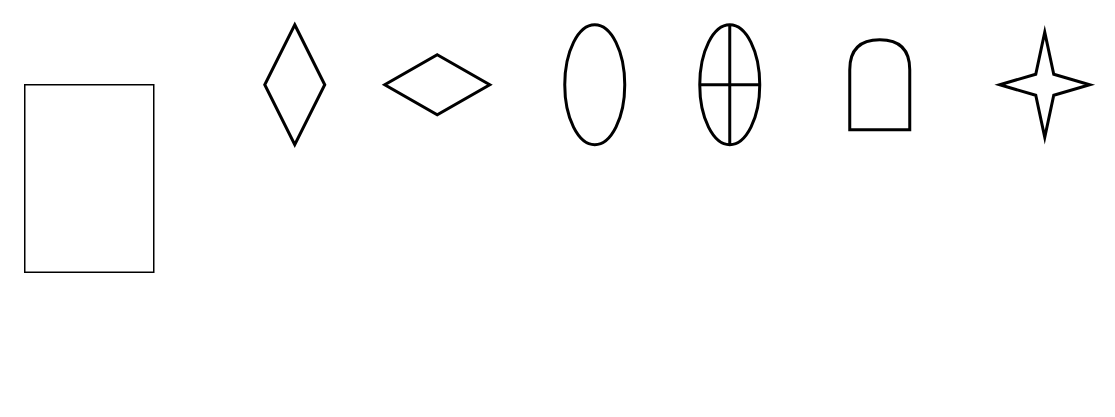
Above: icon-diagram.drawio in lauqerm/ygoboarder (draw.io), before the change. Source tidied: cells renumbered, new cells numbered last; positions are measured from the earlier drawing's top-left corner, leaving out a move shared by most shapes. Both pictures are drawn from the tidied source at 150%, with x=0, y=0 at pixel (24, 24).
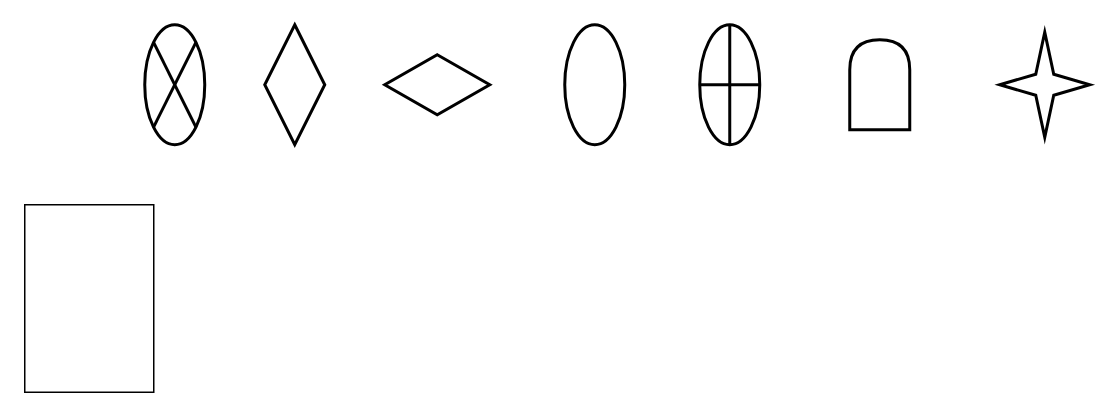
The same diagram, later.

Diff of the diagram source:
```diff
@@
 <mxGraphModel>
   <root>
     <mxCell id="0" />
     <mxCell id="1" parent="0" />
     <mxCell id="2" style="rounded=0;whiteSpace=wrap;html=1;" parent="1" vertex="1">
-      <mxGeometry y="40" width="86" height="125" as="geometry" />
+      <mxGeometry y="120" width="86" height="125" as="geometry" />
     </mxCell>
     <mxCell id="3" style="rhombus;whiteSpace=wrap;html=1;fillColor=none;strokeWidth=2;" parent="1" vertex="1">
       <mxGeometry x="160" width="40" height="80" as="geometry" />
     </mxCell>
     <mxCell id="4" style="rhombus;whiteSpace=wrap;html=1;fillColor=none;strokeWidth=2;" parent="1" vertex="1">
       <mxGeometry x="240" y="20" width="70" height="40" as="geometry" />
     </mxCell>
     <mxCell id="5" style="ellipse;whiteSpace=wrap;html=1;fillColor=none;strokeWidth=2;" parent="1" vertex="1">
       <mxGeometry x="360" width="40" height="80" as="geometry" />
     </mxCell>
     <mxCell id="6" style="shape=delay;whiteSpace=wrap;html=1;rotation=-90;fillColor=none;strokeWidth=2;" parent="1" vertex="1">
       <mxGeometry x="540" y="20" width="60" height="40" as="geometry" />
     </mxCell>
     <mxCell id="7" style="verticalLabelPosition=bottom;verticalAlign=top;html=1;shape=mxgraph.flowchart.summing_function;fillColor=none;strokeWidth=2;" parent="1" vertex="1">
       <mxGeometry x="450" width="40" height="80" as="geometry" />
     </mxCell>
     <mxCell id="8" style="verticalLabelPosition=bottom;verticalAlign=top;html=1;shape=mxgraph.basic.4_point_star_2;dx=0.8;fillColor=none;strokeWidth=2;" parent="1" vertex="1">
       <mxGeometry x="650" y="5" width="60" height="70" as="geometry" />
     </mxCell>
+    <mxCell id="9" style="shape=sumEllipse;perimeter=ellipsePerimeter;whiteSpace=wrap;html=1;backgroundOutline=1;strokeWidth=2;fillColor=none;" parent="1" vertex="1">
+      <mxGeometry x="80" width="40" height="80" as="geometry" />
+    </mxCell>
   </root>
 </mxGraphModel>
```
